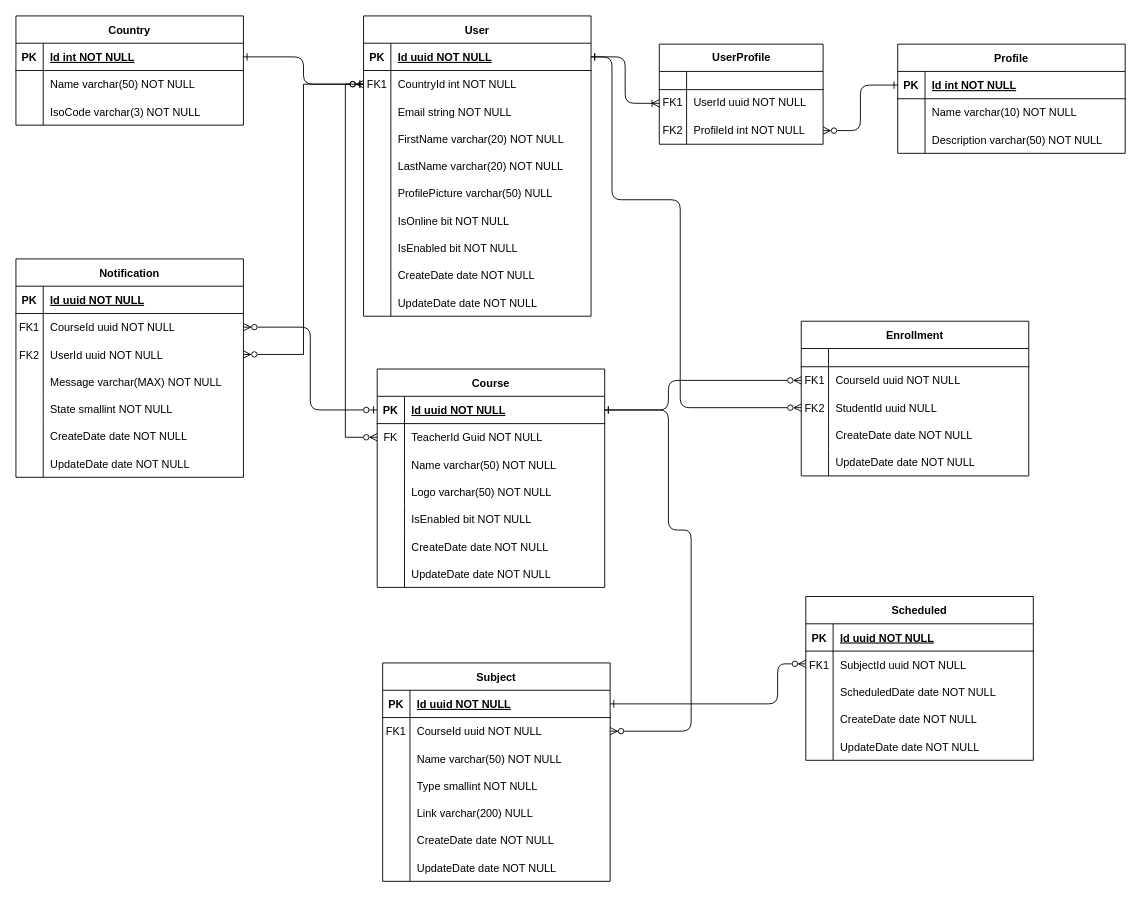
Jomprate/StudyFlow keeps this draw.io diagram as StudyFlow Entidad-Relacion.drawio. Above is the earlier version. Source tidied: cells renumbered, new cells numbered last; positions are measured from the earlier drawing's top-left corner, leaving out a move shared by most shapes. Both pictures are drawn from the tidied source at 91%, with x=0, y=0 at pixel (15, 15).
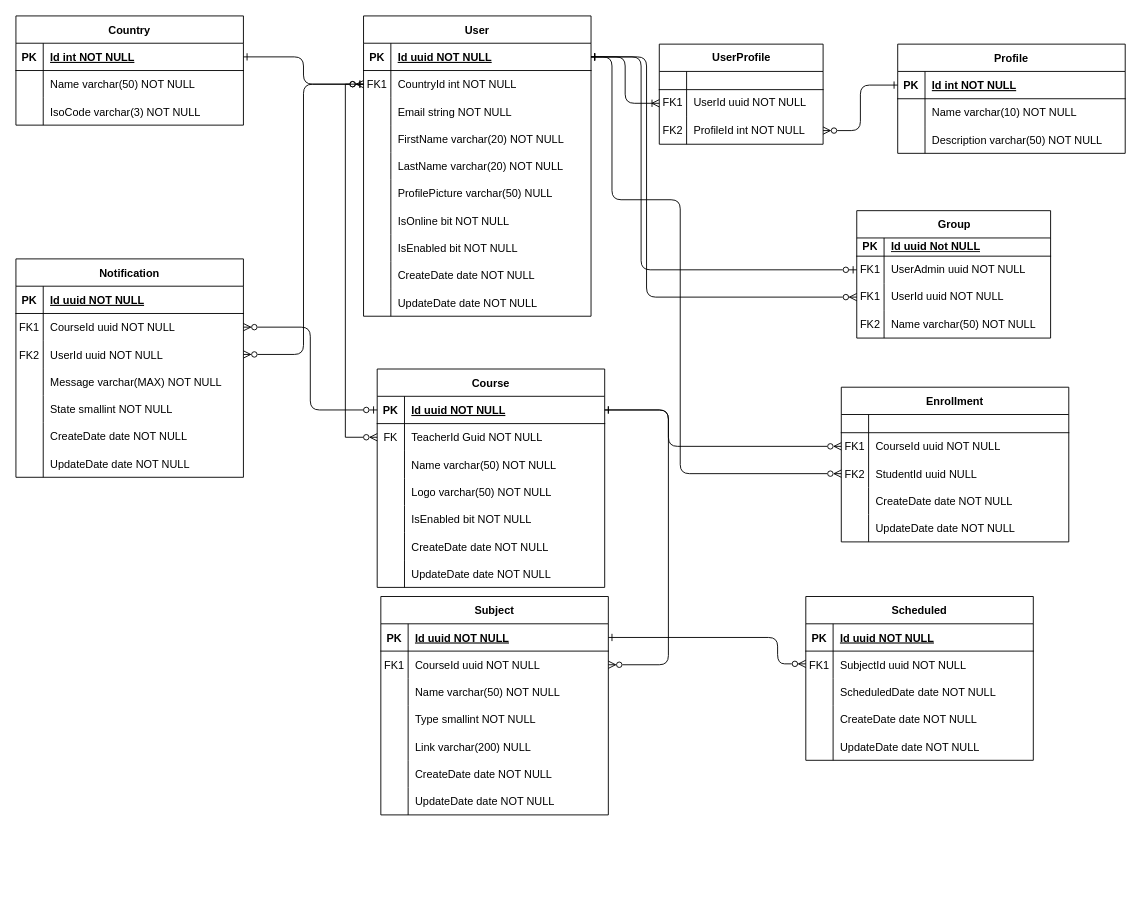
The same diagram, later.

Commit message:
Add new table group

The change refers to these unchanged cells:
```xml
<mxCell id="3" style="shape=partialRectangle;fillColor=none;points=[[0,0.5],[1,0.5]];portConstraint=eastwest;top=0;left=0;right=0;bottom=1;rounded=0;" parent="2" vertex="1">
  <mxGeometry y="30" width="250" height="30" as="geometry" />
</mxCell>
<mxCell id="6" style="shape=partialRectangle;fillColor=none;points=[[0,0.5],[1,0.5]];portConstraint=eastwest;top=0;left=0;right=0;bottom=0;rounded=0;" parent="2" vertex="1">
  <mxGeometry y="60" width="250" height="30" as="geometry" />
</mxCell>
<mxCell id="47" style="shape=partialRectangle;fillColor=none;points=[[0,0.5],[1,0.5]];portConstraint=eastwest;top=0;left=0;right=0;bottom=0;rounded=0;" parent="43" vertex="1">
  <mxGeometry y="50" width="250" height="30" as="geometry" />
</mxCell>
<mxCell id="50" style="shape=partialRectangle;fillColor=none;points=[[0,0.5],[1,0.5]];portConstraint=eastwest;top=0;left=0;right=0;bottom=0;rounded=0;" parent="43" vertex="1">
  <mxGeometry y="80" width="250" height="30" as="geometry" />
</mxCell>
<mxCell id="60" style="shape=partialRectangle;fillColor=none;points=[[0,0.5],[1,0.5]];portConstraint=eastwest;top=0;left=0;right=0;bottom=1;rounded=0;" parent="59" vertex="1">
  <mxGeometry y="30" width="250" height="30" as="geometry" />
</mxCell>
<mxCell id="63" style="shape=partialRectangle;fillColor=none;points=[[0,0.5],[1,0.5]];portConstraint=eastwest;top=0;left=0;right=0;bottom=0;rounded=0;" parent="59" vertex="1">
  <mxGeometry y="60" width="250" height="30" as="geometry" />
</mxCell>
<mxCell id="85" style="shape=partialRectangle;fillColor=none;points=[[0,0.5],[1,0.5]];portConstraint=eastwest;top=0;left=0;right=0;bottom=0;rounded=0;" parent="81" vertex="1">
  <mxGeometry y="60" width="250" height="30" as="geometry" />
</mxCell>
<mxCell id="105" style="shape=partialRectangle;fillColor=none;points=[[0,0.5],[1,0.5]];portConstraint=eastwest;top=0;left=0;right=0;bottom=0;rounded=0;" parent="98" vertex="1">
  <mxGeometry y="90" width="250" height="30" as="geometry" />
</mxCell>
<mxCell id="133" style="shape=partialRectangle;fillColor=none;points=[[0,0.5],[1,0.5]];portConstraint=eastwest;top=0;left=0;right=0;bottom=1;rounded=0;" parent="132" vertex="1">
  <mxGeometry y="30" width="250" height="30" as="geometry" />
</mxCell>
```

Change to the diagram source:
```diff
@@
     <mxCell id="43" value="Enrollment" style="shape=table;startSize=30;childLayout=tableLayout;rowLines=0;fontStyle=1;align=center;rounded=0;" parent="1" vertex="1">
-      <mxGeometry x="863" y="335.5" width="250" height="170" as="geometry" />
+      <mxGeometry x="907" y="408" width="250" height="170" as="geometry" />
     </mxCell>
@@
     <mxCell id="59" value="Subject" style="shape=table;startSize=30;childLayout=tableLayout;rowLines=0;fontStyle=1;align=center;rounded=0;" parent="1" vertex="1">
-      <mxGeometry x="403" y="711" width="250" height="240" as="geometry" />
+      <mxGeometry x="401" y="638" width="250" height="240" as="geometry" />
     </mxCell>
@@
     <mxCell id="131" style="edgeStyle=orthogonalEdgeStyle;rounded=1;jettySize=auto;html=1;startArrow=ERzeroToMany;startFill=0;endArrow=ERone;endFill=0;entryX=1;entryY=0.5;entryDx=0;entryDy=0;curved=0;" parent="1" edge="1" source="85" target="60">
       <mxGeometry relative="1" as="geometry">
         <Array as="points">
           <mxPoint x="837" y="712" />
-          <mxPoint x="837" y="756" />
+          <mxPoint x="837" y="683" />
         </Array>
       </mxGeometry>
     </mxCell>
@@
     <mxCell id="154" style="edgeStyle=orthogonalEdgeStyle;rounded=1;jettySize=auto;html=1;exitX=1;exitY=0.5;exitDx=0;exitDy=0;entryX=0;entryY=0.5;entryDx=0;entryDy=0;startArrow=ERone;startFill=0;endArrow=ERzeroToMany;endFill=0;curved=0;" parent="1" edge="1" source="3" target="50">
       <mxGeometry relative="1" as="geometry">
         <Array as="points">
           <mxPoint x="655" y="45" />
           <mxPoint x="655" y="202" />
           <mxPoint x="730" y="202" />
-          <mxPoint x="730" y="431" />
+          <mxPoint x="730" y="503" />
         </Array>
       </mxGeometry>
     </mxCell>
     <mxCell id="155" style="edgeStyle=orthogonalEdgeStyle;rounded=1;jettySize=auto;html=1;exitX=0;exitY=0.5;exitDx=0;exitDy=0;entryX=1;entryY=0.5;entryDx=0;entryDy=0;startArrow=ERzeroToMany;startFill=0;endArrow=ERone;endFill=0;curved=0;" parent="1" edge="1" source="47" target="133">
       <mxGeometry relative="1" as="geometry">
         <Array as="points">
-          <mxPoint x="717" y="400" />
+          <mxPoint x="717" y="473" />
           <mxPoint x="717" y="433" />
         </Array>
       </mxGeometry>
     </mxCell>
     <mxCell id="156" style="edgeStyle=orthogonalEdgeStyle;rounded=1;jettySize=auto;html=1;entryX=1;entryY=0.5;entryDx=0;entryDy=0;startArrow=ERone;startFill=0;endArrow=ERzeroToMany;endFill=0;curved=0;" parent="1" edge="1" source="133" target="63">
       <mxGeometry relative="1" as="geometry">
         <Array as="points">
           <mxPoint x="717" y="433" />
-          <mxPoint x="717" y="565" />
-          <mxPoint x="742" y="565" />
-          <mxPoint x="742" y="786" />
+          <mxPoint x="717" y="713" />
         </Array>
       </mxGeometry>
     </mxCell>
@@
-    <mxCell id="171" style="edgeStyle=orthogonalEdgeStyle;rounded=0;jettySize=auto;html=1;entryX=0;entryY=0.5;entryDx=0;entryDy=0;startArrow=ERzeroToMany;startFill=0;endArrow=ERzeroToOne;endFill=0;" parent="1" edge="1" source="105" target="6">
+    <mxCell id="171" style="edgeStyle=orthogonalEdgeStyle;rounded=1;jettySize=auto;html=1;entryX=0;entryY=0.5;entryDx=0;entryDy=0;startArrow=ERzeroToMany;startFill=0;endArrow=ERzeroToOne;endFill=0;curved=0;" parent="1" edge="1" source="105" target="6">
       <mxGeometry relative="1" as="geometry" />
     </mxCell>
+    <mxCell id="172" value="Group" style="shape=table;startSize=30;childLayout=tableLayout;rowLines=0;fontStyle=1;align=center;html=1;" parent="1" vertex="1">
+      <mxGeometry x="924" y="214" width="213" height="140" as="geometry" />
+    </mxCell>
+    <mxCell id="173" style="shape=tableRow;horizontal=0;startSize=0;swimlaneHead=0;swimlaneBody=0;fillColor=none;top=0;left=0;right=0;bottom=1;" parent="172" vertex="1">
+      <mxGeometry y="30" width="213" height="20" as="geometry" />
+    </mxCell>
+    <mxCell id="174" value="PK" style="shape=partialRectangle;fillColor=none;top=0;left=0;bottom=0;right=0;fontStyle=1;overflow=hidden;whiteSpace=wrap;html=1;" parent="173" vertex="1">
+      <mxGeometry width="30" height="20" as="geometry" />
+    </mxCell>
+    <mxCell id="175" value="Id uuid Not NULL" style="shape=partialRectangle;fillColor=none;top=0;left=0;bottom=0;right=0;align=left;spacingLeft=6;fontStyle=5;overflow=hidden;whiteSpace=wrap;html=1;" parent="173" vertex="1">
+      <mxGeometry x="30" width="183" height="20" as="geometry" />
+    </mxCell>
+    <mxCell id="176" style="shape=tableRow;horizontal=0;startSize=0;swimlaneHead=0;swimlaneBody=0;fillColor=none;points=[[0,0.5],[1,0.5]];portConstraint=eastwest;top=0;left=0;right=0;bottom=0;" parent="172" vertex="1">
+      <mxGeometry y="50" width="213" height="30" as="geometry" />
+    </mxCell>
+    <mxCell id="177" value="FK1" style="shape=partialRectangle;fillColor=none;top=0;left=0;bottom=0;right=0;overflow=hidden;whiteSpace=wrap;html=1;" parent="176" vertex="1">
+      <mxGeometry width="30" height="30" as="geometry" />
+    </mxCell>
+    <mxCell id="178" value="UserAdmin uuid NOT NULL" style="shape=partialRectangle;fillColor=none;top=0;left=0;bottom=0;right=0;align=left;spacingLeft=6;overflow=hidden;whiteSpace=wrap;html=1;" parent="176" vertex="1">
+      <mxGeometry x="30" width="183" height="30" as="geometry" />
+    </mxCell>
+    <mxCell id="179" style="shape=tableRow;horizontal=0;startSize=0;swimlaneHead=0;swimlaneBody=0;fillColor=none;points=[[0,0.5],[1,0.5]];portConstraint=eastwest;top=0;left=0;right=0;bottom=0;" parent="172" vertex="1">
+      <mxGeometry y="80" width="213" height="30" as="geometry" />
+    </mxCell>
+    <mxCell id="180" value="FK1" style="shape=partialRectangle;fillColor=none;top=0;left=0;bottom=0;right=0;overflow=hidden;whiteSpace=wrap;html=1;" parent="179" vertex="1">
+      <mxGeometry width="30" height="30" as="geometry" />
+    </mxCell>
+    <mxCell id="181" value="UserId uuid NOT NULL" style="shape=partialRectangle;fillColor=none;top=0;left=0;bottom=0;right=0;align=left;spacingLeft=6;overflow=hidden;whiteSpace=wrap;html=1;" parent="179" vertex="1">
+      <mxGeometry x="30" width="183" height="30" as="geometry" />
+    </mxCell>
+    <mxCell id="182" style="shape=tableRow;horizontal=0;startSize=0;swimlaneHead=0;swimlaneBody=0;fillColor=none;top=0;left=0;right=0;bottom=0;" parent="172" vertex="1">
+      <mxGeometry y="110" width="213" height="30" as="geometry" />
+    </mxCell>
+    <mxCell id="183" value="FK2" style="shape=partialRectangle;fillColor=none;top=0;left=0;bottom=0;right=0;overflow=hidden;whiteSpace=wrap;html=1;" parent="182" vertex="1">
+      <mxGeometry width="30" height="30" as="geometry" />
+    </mxCell>
+    <mxCell id="184" value="Name varchar(50) NOT NULL" style="shape=partialRectangle;fillColor=none;top=0;left=0;bottom=0;right=0;align=left;spacingLeft=6;overflow=hidden;whiteSpace=wrap;html=1;" parent="182" vertex="1">
+      <mxGeometry x="30" width="183" height="30" as="geometry" />
+    </mxCell>
+    <mxCell id="185" style="edgeStyle=orthogonalEdgeStyle;rounded=1;jettySize=auto;html=1;exitX=0;exitY=0.5;exitDx=0;exitDy=0;entryX=1;entryY=0.5;entryDx=0;entryDy=0;curved=0;startArrow=ERzeroToOne;startFill=0;endArrow=ERone;endFill=0;" parent="1" edge="1" source="176" target="3">
+      <mxGeometry relative="1" as="geometry">
+        <Array as="points">
+          <mxPoint x="687" y="279" />
+          <mxPoint x="687" y="45" />
+        </Array>
+      </mxGeometry>
+    </mxCell>
+    <mxCell id="186" style="edgeStyle=orthogonalEdgeStyle;rounded=1;jettySize=auto;html=1;exitX=0;exitY=0.5;exitDx=0;exitDy=0;entryX=1;entryY=0.5;entryDx=0;entryDy=0;curved=0;startArrow=ERzeroToMany;startFill=0;endArrow=ERone;endFill=0;" parent="1" edge="1" source="179" target="3">
+      <mxGeometry relative="1" as="geometry">
+        <Array as="points">
+          <mxPoint x="693" y="309" />
+          <mxPoint x="693" y="45" />
+        </Array>
+      </mxGeometry>
+    </mxCell>
```
